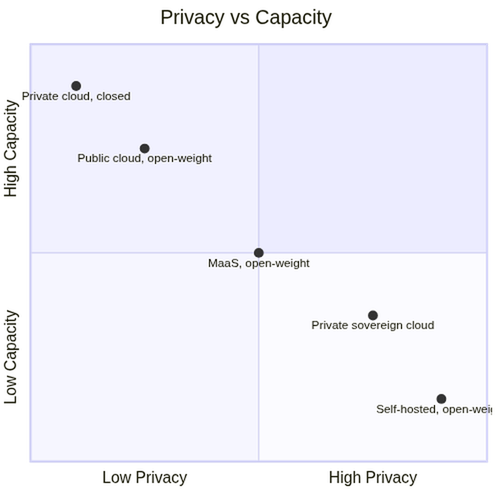
This is conferences/sfscon26/images/privacy-capacity.png from davidinux/pub, a Mermaid export, as it was before one commit. Its source is kept beside it as conferences/sfscon26/diagrams/privacy-capacity.mmd.
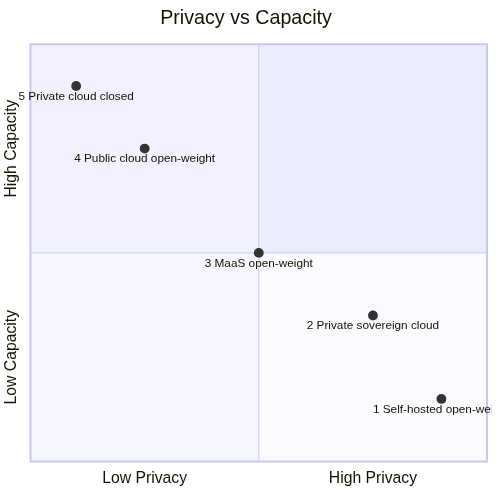
Above is the later version.

The edit, as a diff of the source:
```diff
@@ -2,8 +2,8 @@
     title Privacy vs Capacity
     x-axis Low Privacy --> High Privacy
     y-axis Low Capacity --> High Capacity
-    "Self-hosted, open-weight": [0.9, 0.15]
-    "Private sovereign cloud": [0.75, 0.35]
-    "MaaS, open-weight": [0.5, 0.5]
-    "Public cloud, open-weight": [0.25, 0.75]
-    "Private cloud, closed": [0.1, 0.9]
+    "1 Self-hosted open-weight": [0.9, 0.15]
+    "2 Private sovereign cloud": [0.75, 0.35]
+    "3 MaaS open-weight": [0.5, 0.5]
+    "4 Public cloud open-weight": [0.25, 0.75]
+    "5 Private cloud closed": [0.1, 0.9]
```
